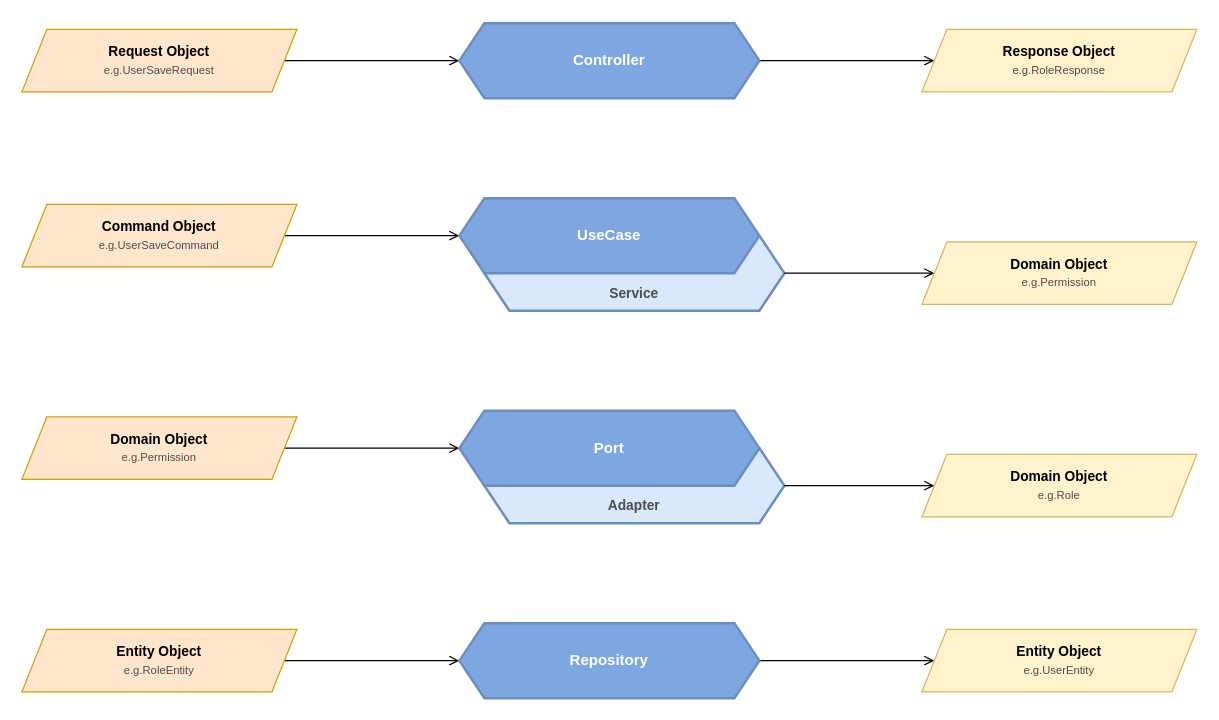
This is documents/architecture/hexagonal-architecture.drawio from agitrubard/auth-side-services, a draw.io file, before an edit. Source tidied: cells renumbered, new cells numbered last; positions are measured from the earlier drawing's top-left corner, leaving out a move shared by most shapes. Both pictures are drawn from the tidied source at 125%, with x=0, y=0 at pixel (21, 22).
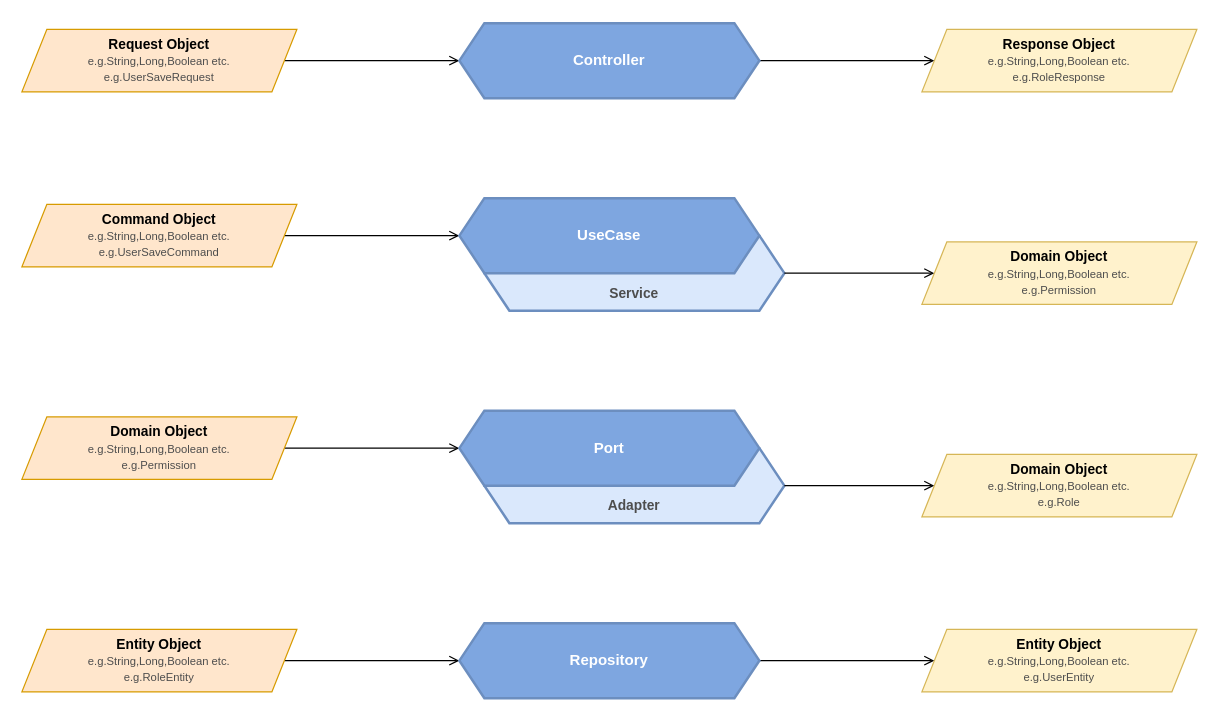
The same page after the edit.

Commit message (it also covers changes not shown here):
Project Architecture Has Been Updated

Diff of the diagram source:
```diff
@@
-    <mxCell id="16" value="&lt;b style=&quot;color: rgb(0 , 0 , 0)&quot;&gt;Request Object&lt;/b&gt;&lt;br&gt;&lt;font style=&quot;font-size: 9px&quot; color=&quot;#4d4d4d&quot;&gt;e.g.UserSaveRequest&lt;/font&gt;" style="shape=parallelogram;perimeter=parallelogramPerimeter;whiteSpace=wrap;html=1;fixedSize=1;rounded=0;shadow=0;sketch=0;fontFamily=SF Mono;fontSize=11;strokeColor=#d79b00;strokeWidth=1;fillColor=#ffe6cc;" parent="1" vertex="1">
+    <mxCell id="16" value="&lt;b style=&quot;color: rgb(0 , 0 , 0)&quot;&gt;Request Object&lt;/b&gt;&lt;br&gt;&lt;span style=&quot;color: rgb(77 , 77 , 77) ; font-size: 9px&quot;&gt;e.g.String,Long,Boolean etc.&lt;/span&gt;&lt;br style=&quot;color: rgb(77 , 77 , 77) ; font-size: 9px&quot;&gt;&lt;font style=&quot;font-size: 9px&quot; color=&quot;#4d4d4d&quot;&gt;e.g.UserSaveRequest&lt;/font&gt;" style="shape=parallelogram;perimeter=parallelogramPerimeter;whiteSpace=wrap;html=1;fixedSize=1;rounded=0;shadow=0;sketch=0;fontFamily=SF Mono;fontSize=11;strokeColor=#d79b00;strokeWidth=1;fillColor=#ffe6cc;" parent="1" vertex="1">
       <mxGeometry y="5" width="220" height="50" as="geometry" />
     </mxCell>
-    <mxCell id="17" value="&lt;b style=&quot;color: rgb(0 , 0 , 0)&quot;&gt;Response Object&lt;/b&gt;&lt;br&gt;&lt;font style=&quot;font-size: 9px&quot; color=&quot;#4d4d4d&quot;&gt;e.g.RoleResponse&lt;/font&gt;" style="shape=parallelogram;perimeter=parallelogramPerimeter;whiteSpace=wrap;html=1;fixedSize=1;rounded=0;shadow=0;sketch=0;fontFamily=SF Mono;fontSize=11;strokeColor=#d6b656;strokeWidth=1;fillColor=#fff2cc;" parent="1" vertex="1">
+    <mxCell id="17" value="&lt;b style=&quot;color: rgb(0 , 0 , 0)&quot;&gt;Response Object&lt;/b&gt;&lt;br&gt;&lt;span style=&quot;color: rgb(77 , 77 , 77) ; font-size: 9px&quot;&gt;e.g.String,Long,Boolean etc.&lt;/span&gt;&lt;br style=&quot;color: rgb(77 , 77 , 77) ; font-size: 9px&quot;&gt;&lt;font style=&quot;font-size: 9px&quot; color=&quot;#4d4d4d&quot;&gt;e.g.RoleResponse&lt;/font&gt;" style="shape=parallelogram;perimeter=parallelogramPerimeter;whiteSpace=wrap;html=1;fixedSize=1;rounded=0;shadow=0;sketch=0;fontFamily=SF Mono;fontSize=11;strokeColor=#d6b656;strokeWidth=1;fillColor=#fff2cc;" parent="1" vertex="1">
       <mxGeometry x="720" y="5" width="220" height="50" as="geometry" />
     </mxCell>
-    <mxCell id="18" value="&lt;b style=&quot;color: rgb(0 , 0 , 0)&quot;&gt;Command Object&lt;/b&gt;&lt;br&gt;&lt;font style=&quot;font-size: 9px&quot; color=&quot;#4d4d4d&quot;&gt;e.g.UserSaveCommand&lt;/font&gt;" style="shape=parallelogram;perimeter=parallelogramPerimeter;whiteSpace=wrap;html=1;fixedSize=1;rounded=0;shadow=0;sketch=0;fontFamily=SF Mono;fontSize=11;strokeColor=#d79b00;strokeWidth=1;fillColor=#ffe6cc;" parent="1" vertex="1">
+    <mxCell id="18" value="&lt;b style=&quot;color: rgb(0 , 0 , 0)&quot;&gt;Command Object&lt;/b&gt;&lt;br&gt;&lt;font style=&quot;font-size: 9px&quot; color=&quot;#4d4d4d&quot;&gt;e.g.String,Long,Boolean etc.&lt;br&gt;&lt;/font&gt;&lt;span style=&quot;color: rgb(77 , 77 , 77) ; font-size: 9px&quot;&gt;e.g.UserSaveCommand&lt;/span&gt;" style="shape=parallelogram;perimeter=parallelogramPerimeter;whiteSpace=wrap;html=1;fixedSize=1;rounded=0;shadow=0;sketch=0;fontFamily=SF Mono;fontSize=11;strokeColor=#d79b00;strokeWidth=1;fillColor=#ffe6cc;" parent="1" vertex="1">
       <mxGeometry y="145" width="220" height="50" as="geometry" />
     </mxCell>
-    <mxCell id="19" value="&lt;b style=&quot;color: rgb(0 , 0 , 0)&quot;&gt;Domain Object&lt;/b&gt;&lt;br&gt;&lt;font style=&quot;font-size: 9px&quot; color=&quot;#4d4d4d&quot;&gt;e.g.Permission&lt;/font&gt;" style="shape=parallelogram;perimeter=parallelogramPerimeter;whiteSpace=wrap;html=1;fixedSize=1;rounded=0;shadow=0;sketch=0;fontFamily=SF Mono;fontSize=11;strokeColor=#d6b656;strokeWidth=1;fillColor=#fff2cc;" parent="1" vertex="1">
+    <mxCell id="19" value="&lt;b style=&quot;color: rgb(0 , 0 , 0)&quot;&gt;Domain Object&lt;/b&gt;&lt;br&gt;&lt;span style=&quot;color: rgb(77 , 77 , 77) ; font-size: 9px&quot;&gt;e.g.String,Long,Boolean etc.&lt;/span&gt;&lt;br style=&quot;color: rgb(77 , 77 , 77) ; font-size: 9px&quot;&gt;&lt;font style=&quot;font-size: 9px&quot; color=&quot;#4d4d4d&quot;&gt;e.g.Permission&lt;/font&gt;" style="shape=parallelogram;perimeter=parallelogramPerimeter;whiteSpace=wrap;html=1;fixedSize=1;rounded=0;shadow=0;sketch=0;fontFamily=SF Mono;fontSize=11;strokeColor=#d6b656;strokeWidth=1;fillColor=#fff2cc;" parent="1" vertex="1">
       <mxGeometry x="720" y="175" width="220" height="50" as="geometry" />
     </mxCell>
-    <mxCell id="20" value="&lt;b style=&quot;color: rgb(0 , 0 , 0)&quot;&gt;Domain Object&lt;/b&gt;&lt;br&gt;&lt;font style=&quot;font-size: 9px&quot; color=&quot;#4d4d4d&quot;&gt;e.g.Role&lt;/font&gt;" style="shape=parallelogram;perimeter=parallelogramPerimeter;whiteSpace=wrap;html=1;fixedSize=1;rounded=0;shadow=0;sketch=0;fontFamily=SF Mono;fontSize=11;strokeColor=#d6b656;strokeWidth=1;fillColor=#fff2cc;" parent="1" vertex="1">
+    <mxCell id="20" value="&lt;b style=&quot;color: rgb(0 , 0 , 0)&quot;&gt;Domain Object&lt;/b&gt;&lt;br&gt;&lt;span style=&quot;color: rgb(77 , 77 , 77) ; font-size: 9px&quot;&gt;e.g.String,Long,Boolean etc.&lt;/span&gt;&lt;br style=&quot;color: rgb(77 , 77 , 77) ; font-size: 9px&quot;&gt;&lt;font style=&quot;font-size: 9px&quot; color=&quot;#4d4d4d&quot;&gt;e.g.Role&lt;/font&gt;" style="shape=parallelogram;perimeter=parallelogramPerimeter;whiteSpace=wrap;html=1;fixedSize=1;rounded=0;shadow=0;sketch=0;fontFamily=SF Mono;fontSize=11;strokeColor=#d6b656;strokeWidth=1;fillColor=#fff2cc;" parent="1" vertex="1">
       <mxGeometry x="720" y="345" width="220" height="50" as="geometry" />
     </mxCell>
-    <mxCell id="21" value="&lt;b style=&quot;color: rgb(0 , 0 , 0)&quot;&gt;Domain Object&lt;/b&gt;&lt;br&gt;&lt;font style=&quot;font-size: 9px&quot; color=&quot;#4d4d4d&quot;&gt;e.g.Permission&lt;/font&gt;" style="shape=parallelogram;perimeter=parallelogramPerimeter;whiteSpace=wrap;html=1;fixedSize=1;rounded=0;shadow=0;sketch=0;fontFamily=SF Mono;fontSize=11;strokeColor=#d79b00;strokeWidth=1;fillColor=#ffe6cc;" parent="1" vertex="1">
+    <mxCell id="21" value="&lt;b style=&quot;color: rgb(0 , 0 , 0)&quot;&gt;Domain Object&lt;/b&gt;&lt;br&gt;&lt;span style=&quot;color: rgb(77 , 77 , 77) ; font-size: 9px&quot;&gt;e.g.String,Long,Boolean etc.&lt;/span&gt;&lt;br style=&quot;color: rgb(77 , 77 , 77) ; font-size: 9px&quot;&gt;&lt;font style=&quot;font-size: 9px&quot; color=&quot;#4d4d4d&quot;&gt;e.g.Permission&lt;/font&gt;" style="shape=parallelogram;perimeter=parallelogramPerimeter;whiteSpace=wrap;html=1;fixedSize=1;rounded=0;shadow=0;sketch=0;fontFamily=SF Mono;fontSize=11;strokeColor=#d79b00;strokeWidth=1;fillColor=#ffe6cc;" parent="1" vertex="1">
       <mxGeometry y="315" width="220" height="50" as="geometry" />
     </mxCell>
-    <mxCell id="22" value="&lt;b style=&quot;color: rgb(0 , 0 , 0)&quot;&gt;Entity Object&lt;/b&gt;&lt;br&gt;&lt;font style=&quot;font-size: 9px&quot; color=&quot;#4d4d4d&quot;&gt;e.g.UserEntity&lt;/font&gt;" style="shape=parallelogram;perimeter=parallelogramPerimeter;whiteSpace=wrap;html=1;fixedSize=1;rounded=0;shadow=0;sketch=0;fontFamily=SF Mono;fontSize=11;strokeColor=#d6b656;strokeWidth=1;fillColor=#fff2cc;" parent="1" vertex="1">
+    <mxCell id="22" value="&lt;b style=&quot;color: rgb(0 , 0 , 0)&quot;&gt;Entity Object&lt;/b&gt;&lt;br&gt;&lt;span style=&quot;color: rgb(77 , 77 , 77) ; font-size: 9px&quot;&gt;e.g.String,Long,Boolean etc.&lt;/span&gt;&lt;br style=&quot;color: rgb(77 , 77 , 77) ; font-size: 9px&quot;&gt;&lt;font style=&quot;font-size: 9px&quot; color=&quot;#4d4d4d&quot;&gt;e.g.UserEntity&lt;/font&gt;" style="shape=parallelogram;perimeter=parallelogramPerimeter;whiteSpace=wrap;html=1;fixedSize=1;rounded=0;shadow=0;sketch=0;fontFamily=SF Mono;fontSize=11;strokeColor=#d6b656;strokeWidth=1;fillColor=#fff2cc;" parent="1" vertex="1">
       <mxGeometry x="720" y="485" width="220" height="50" as="geometry" />
     </mxCell>
-    <mxCell id="23" value="&lt;b style=&quot;color: rgb(0 , 0 , 0)&quot;&gt;Entity Object&lt;/b&gt;&lt;br&gt;&lt;font style=&quot;font-size: 9px&quot; color=&quot;#4d4d4d&quot;&gt;e.g.RoleEntity&lt;/font&gt;" style="shape=parallelogram;perimeter=parallelogramPerimeter;whiteSpace=wrap;html=1;fixedSize=1;rounded=0;shadow=0;sketch=0;fontFamily=SF Mono;fontSize=11;strokeColor=#d79b00;strokeWidth=1;fillColor=#ffe6cc;" parent="1" vertex="1">
+    <mxCell id="23" value="&lt;b style=&quot;color: rgb(0 , 0 , 0)&quot;&gt;Entity Object&lt;/b&gt;&lt;br&gt;&lt;span style=&quot;color: rgb(77 , 77 , 77) ; font-size: 9px&quot;&gt;e.g.String,Long,Boolean etc.&lt;/span&gt;&lt;br style=&quot;color: rgb(77 , 77 , 77) ; font-size: 9px&quot;&gt;&lt;font style=&quot;font-size: 9px&quot; color=&quot;#4d4d4d&quot;&gt;e.g.RoleEntity&lt;/font&gt;" style="shape=parallelogram;perimeter=parallelogramPerimeter;whiteSpace=wrap;html=1;fixedSize=1;rounded=0;shadow=0;sketch=0;fontFamily=SF Mono;fontSize=11;strokeColor=#d79b00;strokeWidth=1;fillColor=#ffe6cc;" parent="1" vertex="1">
       <mxGeometry y="485" width="220" height="50" as="geometry" />
     </mxCell>
```
